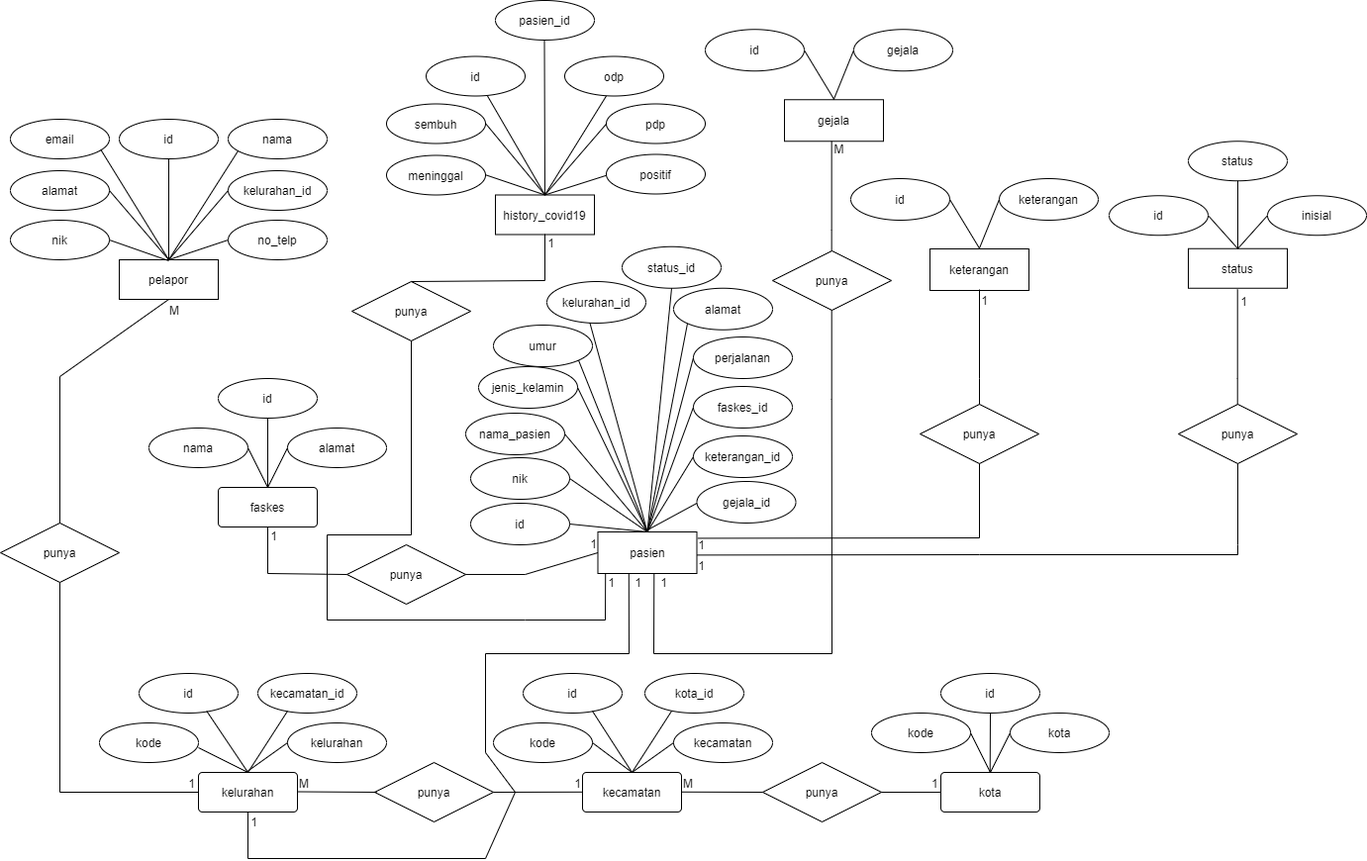
Earlier version of the draw.io export ERD Covid-19.png (axxpxmd/flowchart). Source tidied: cells renumbered, new cells last; positions are measured from the earlier drawing's top-left corner, leaving out a move shared by most shapes.
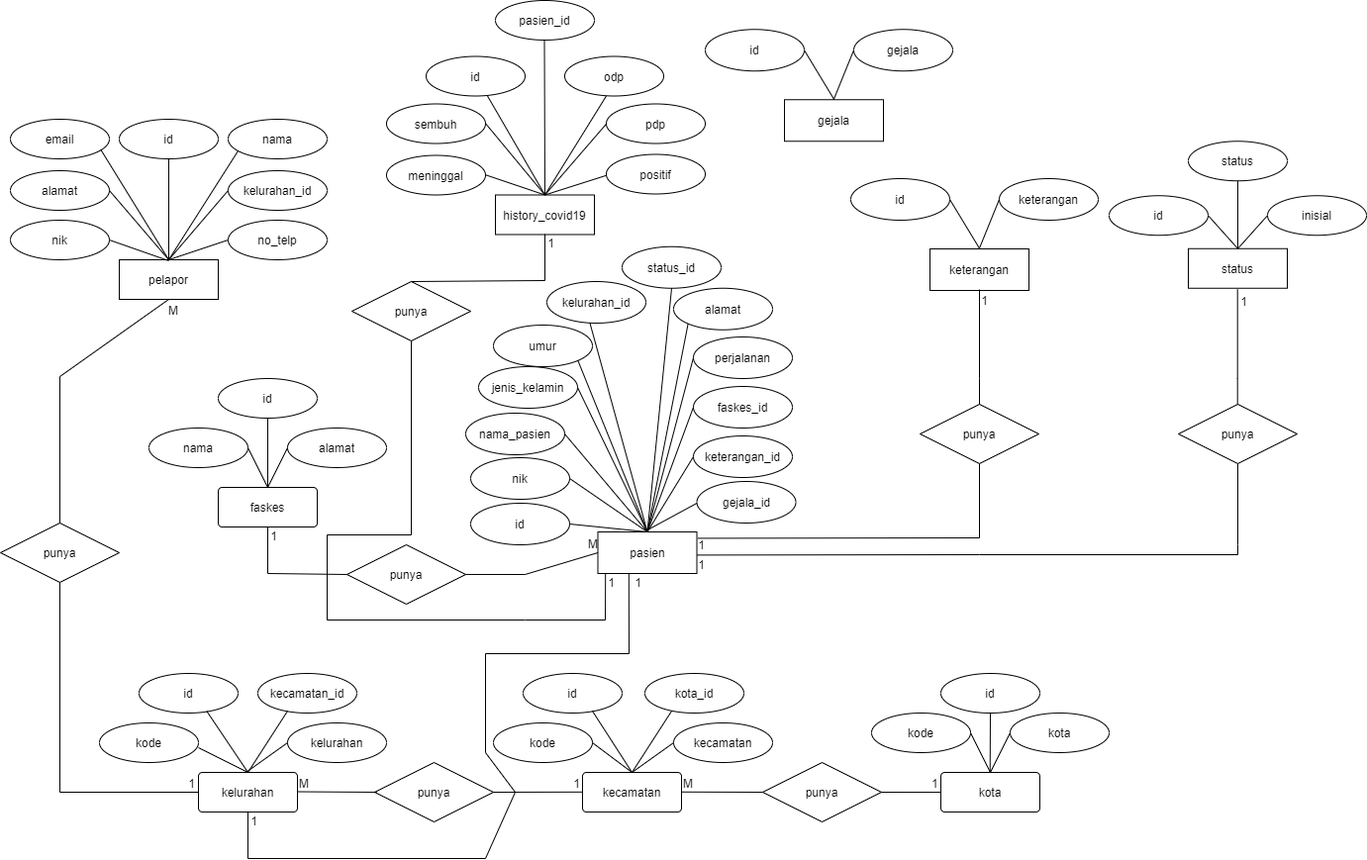
After the commit.

Change to the diagram source:
```diff
@@ -466,7 +466,7 @@
         </Array>
       </mxGeometry>
     </mxCell>
-    <mxCell id="126" value="1" style="html=1;align=right;verticalAlign=bottom;" parent="125" vertex="1">
+    <mxCell id="126" value="M" style="html=1;align=right;verticalAlign=bottom;" parent="125" vertex="1">
       <mxGeometry x="1" relative="1" as="geometry" />
     </mxCell>
     <mxCell id="127" style="endArrow=none;html=1;rounded=0;exitX=0;exitY=0.5;exitDx=0;exitDy=0;entryX=0.5;entryY=1;entryDx=0;entryDy=0;" parent="1" edge="1" source="104" target="51">
@@ -588,33 +588,5 @@
         <mxPoint x="841.7" y="99.2" as="targetPoint" />
       </mxGeometry>
     </mxCell>
-    <mxCell id="147" style="endArrow=none;html=1;rounded=0;exitX=0.5;exitY=0;exitDx=0;exitDy=0;entryX=0.5;entryY=1;entryDx=0;entryDy=0;" parent="1" edge="1">
-      <mxGeometry relative="1" as="geometry">
-        <mxPoint x="839.7" y="258.2" as="sourcePoint" />
-        <mxPoint x="839.7" y="142.2" as="targetPoint" />
-        <Array as="points">
-          <mxPoint x="839.7" y="232.2" />
-        </Array>
-      </mxGeometry>
-    </mxCell>
-    <mxCell id="148" value="punya" style="shape=rhombus;perimeter=rhombusPerimeter;whiteSpace=wrap;html=1;align=center;" parent="1" vertex="1">
-      <mxGeometry x="780" y="253" width="120" height="60" as="geometry" />
-    </mxCell>
-    <mxCell id="149" style="endArrow=none;html=1;rounded=0;exitX=0.568;exitY=1.017;exitDx=0;exitDy=0;entryX=0.5;entryY=1;entryDx=0;entryDy=0;exitPerimeter=0;" parent="1" edge="1" source="19">
-      <mxGeometry relative="1" as="geometry">
-        <mxPoint x="839.7" y="313" as="targetPoint" />
-        <Array as="points">
-          <mxPoint x="660" y="660" />
-          <mxPoint x="840" y="660" />
-          <mxPoint x="839.7" y="403" />
-        </Array>
-      </mxGeometry>
-    </mxCell>
-    <mxCell id="150" value="1" style="text;html=1;align=center;verticalAlign=middle;" parent="1" vertex="1">
-      <mxGeometry x="660" y="578" width="20" height="20" as="geometry" />
-    </mxCell>
-    <mxCell id="151" value="M" style="text;html=1;align=center;verticalAlign=middle;" parent="1" vertex="1">
-      <mxGeometry x="832" y="140" width="30" height="20" as="geometry" />
-    </mxCell>
   </root>
 </mxGraphModel>
```
